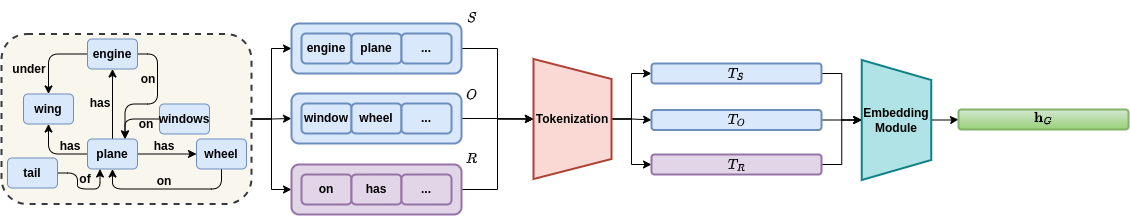
PDD0911-HCMUS/SG-Retrieval keeps this draw.io diagram as IMG/g3.png. Above is the earlier version. Source tidied: cells renumbered, new cells last; positions are measured from the earlier drawing's top-left corner, leaving out a move shared by most shapes.
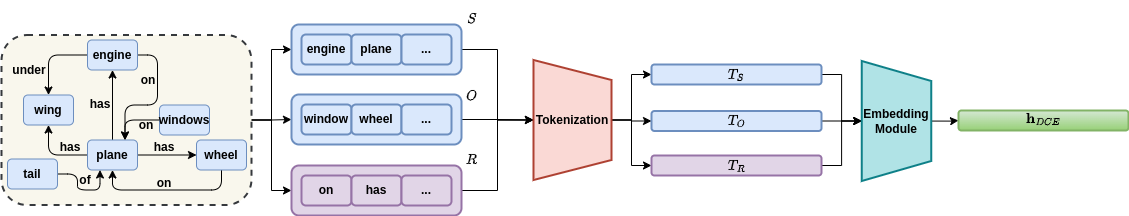
The same file after the commit.

What changed in the source:
```diff
@@ -192,8 +192,8 @@
     <mxCell id="63" style="rounded=1;whiteSpace=wrap;html=1;fillColor=#d5e8d4;strokeColor=#82b366;fontStyle=1;strokeWidth=2;gradientColor=#97d077;" parent="1" vertex="1">
       <mxGeometry x="957" y="106" width="170" height="20" as="geometry" />
     </mxCell>
-    <mxCell id="64" value="$$\textbf{h}_G$$" style="text;html=1;align=center;verticalAlign=middle;strokeColor=none;fillColor=none;fontStyle=1;" parent="1" vertex="1">
-      <mxGeometry x="987" y="100" width="110" height="30" as="geometry" />
+    <mxCell id="64" value="$$\textbf{h}_{DCE}$$" style="text;html=1;align=center;verticalAlign=middle;strokeColor=none;fillColor=none;fontStyle=1;" parent="1" vertex="1">
+      <mxGeometry x="972" y="100" width="140" height="30" as="geometry" />
     </mxCell>
   </root>
 </mxGraphModel>
```
